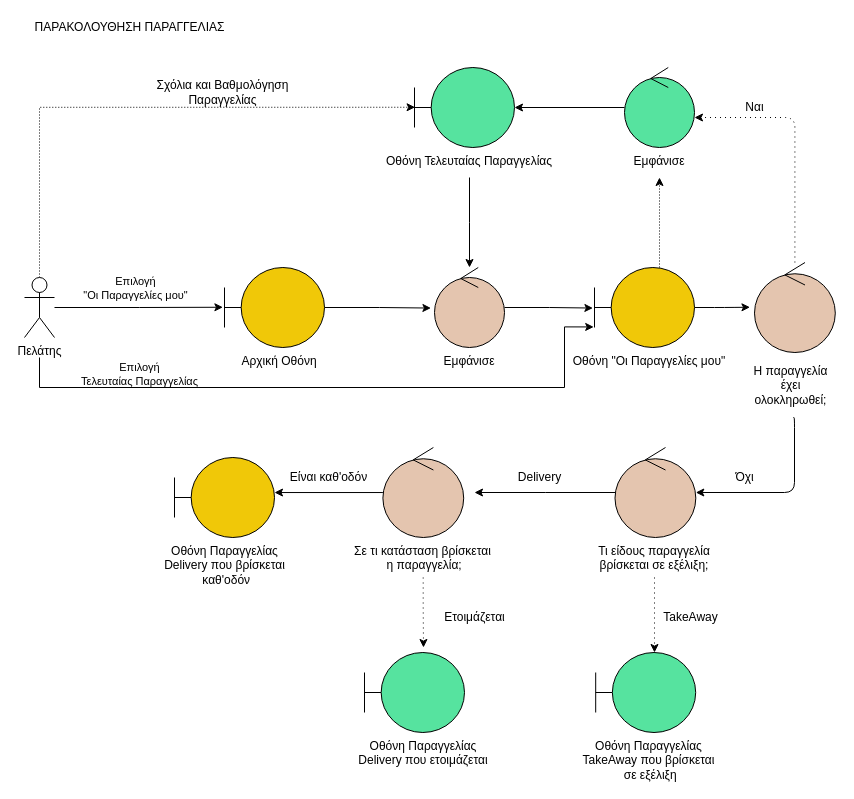
Before: docs/contributions/AthanasiaZ/Writing-Charts/Phase4/robustness_after_order.drawio in iloudaros/nomnomr, a draw.io diagram. Source tidied: cells renumbered, new cells numbered last; positions are measured from the earlier drawing's top-left corner, leaving out a move shared by most shapes. Both pictures are drawn from the tidied source at 100%, with x=0, y=0 at pixel (24, 17).
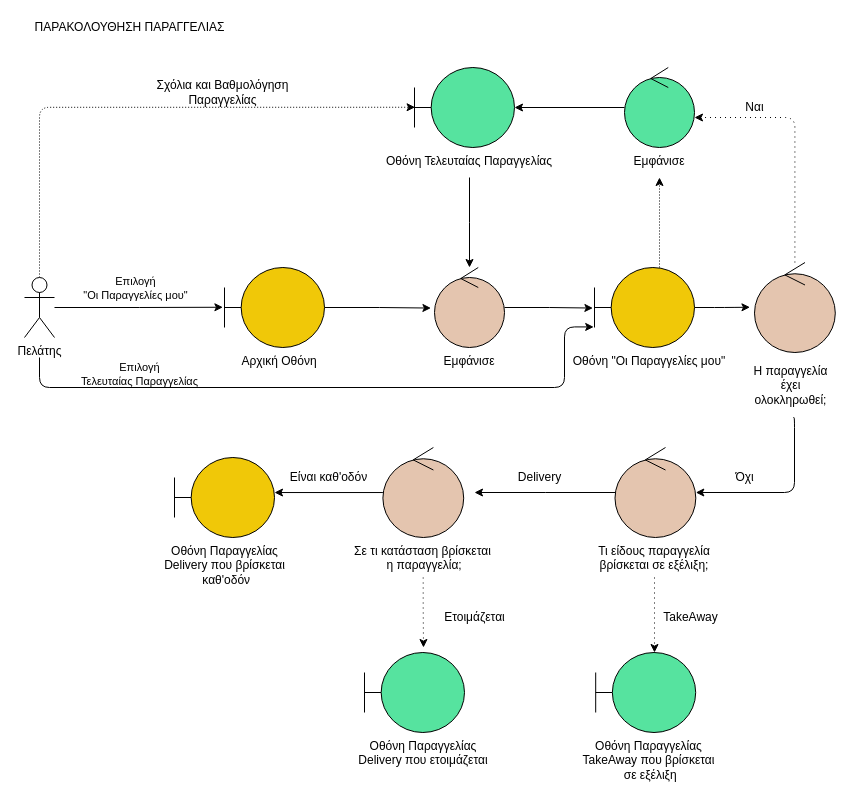
The same page after the edit.

The change refers to these unchanged cells:
```xml
<mxCell id="6" value="Πελάτης" style="shape=umlActor;verticalLabelPosition=bottom;verticalAlign=top;html=1;" parent="1" vertex="1">
  <mxGeometry y="260" width="30" height="60" as="geometry" />
</mxCell>
<mxCell id="14" style="shape=umlBoundary;whiteSpace=wrap;html=1;fillColor=#F0C808;strokeColor=#000000;" parent="1" vertex="1">
  <mxGeometry x="570" y="250" width="100" height="80" as="geometry" />
</mxCell>
<mxCell id="22" style="shape=umlBoundary;whiteSpace=wrap;html=1;fillColor=#56E39F;fontColor=#ffffff;strokeColor=#000000;" parent="1" vertex="1">
  <mxGeometry x="390" y="50" width="100" height="80" as="geometry" />
</mxCell>
```

What changed in the source:
```diff
@@
-    <mxCell id="4" style="rounded=0;jettySize=auto;html=1;entryX=0.006;entryY=0.497;entryDx=0;entryDy=0;entryPerimeter=0;fontColor=#000000;endArrow=classic;endFill=1;strokeColor=#000000;fillColor=#a20025;exitX=0.5;exitY=0;exitDx=0;exitDy=0;exitPerimeter=0;elbow=vertical;edgeStyle=orthogonalEdgeStyle;dashed=1;dashPattern=1 2;" parent="1" edge="1" source="6" target="22">
+    <mxCell id="4" style="rounded=1;jettySize=auto;html=1;entryX=0.006;entryY=0.497;entryDx=0;entryDy=0;entryPerimeter=0;fontColor=#000000;endArrow=classic;endFill=1;strokeColor=#000000;fillColor=#a20025;exitX=0.5;exitY=0;exitDx=0;exitDy=0;exitPerimeter=0;elbow=vertical;edgeStyle=orthogonalEdgeStyle;dashed=1;dashPattern=1 2;" parent="1" edge="1" source="6" target="22">
       <mxGeometry relative="1" as="geometry" />
     </mxCell>
-    <mxCell id="5" style="edgeStyle=orthogonalEdgeStyle;rounded=0;jettySize=auto;html=1;entryX=-0.008;entryY=0.743;entryDx=0;entryDy=0;entryPerimeter=0;" parent="1" edge="1" target="14">
+    <mxCell id="5" style="edgeStyle=orthogonalEdgeStyle;rounded=1;jettySize=auto;html=1;entryX=-0.008;entryY=0.743;entryDx=0;entryDy=0;entryPerimeter=0;" parent="1" edge="1" target="14">
       <mxGeometry relative="1" as="geometry">
         <mxPoint x="15" y="340" as="sourcePoint" />
         <Array as="points">
           <mxPoint x="15" y="370" />
           <mxPoint x="540" y="370" />
           <mxPoint x="540" y="310" />
         </Array>
       </mxGeometry>
     </mxCell>
```
